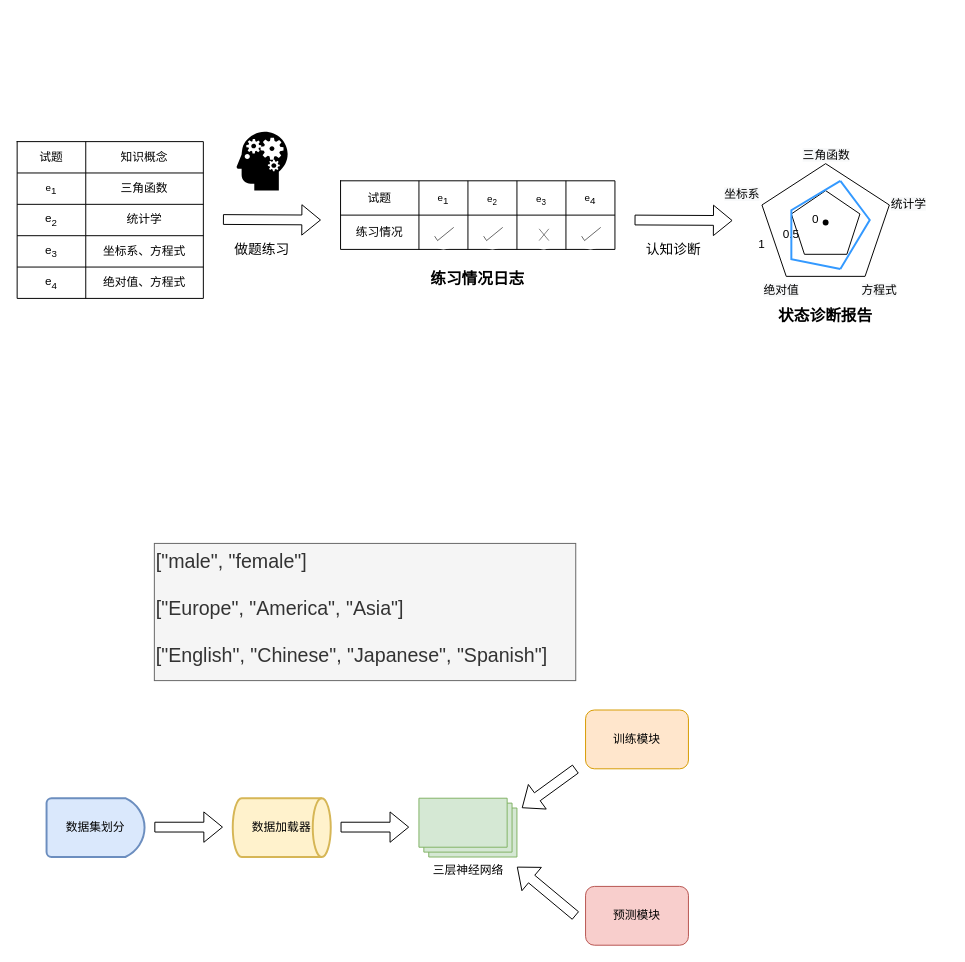
Before: Untitled Diagram.drawio in 19170323/19170323.github.io, a draw.io diagram. Source tidied: cells renumbered, new cells numbered last; positions are measured from the earlier drawing's top-left corner, leaving out a move shared by most shapes. Both pictures are drawn from the tidied source at 98%, with x=0, y=0 at pixel (17, 24).
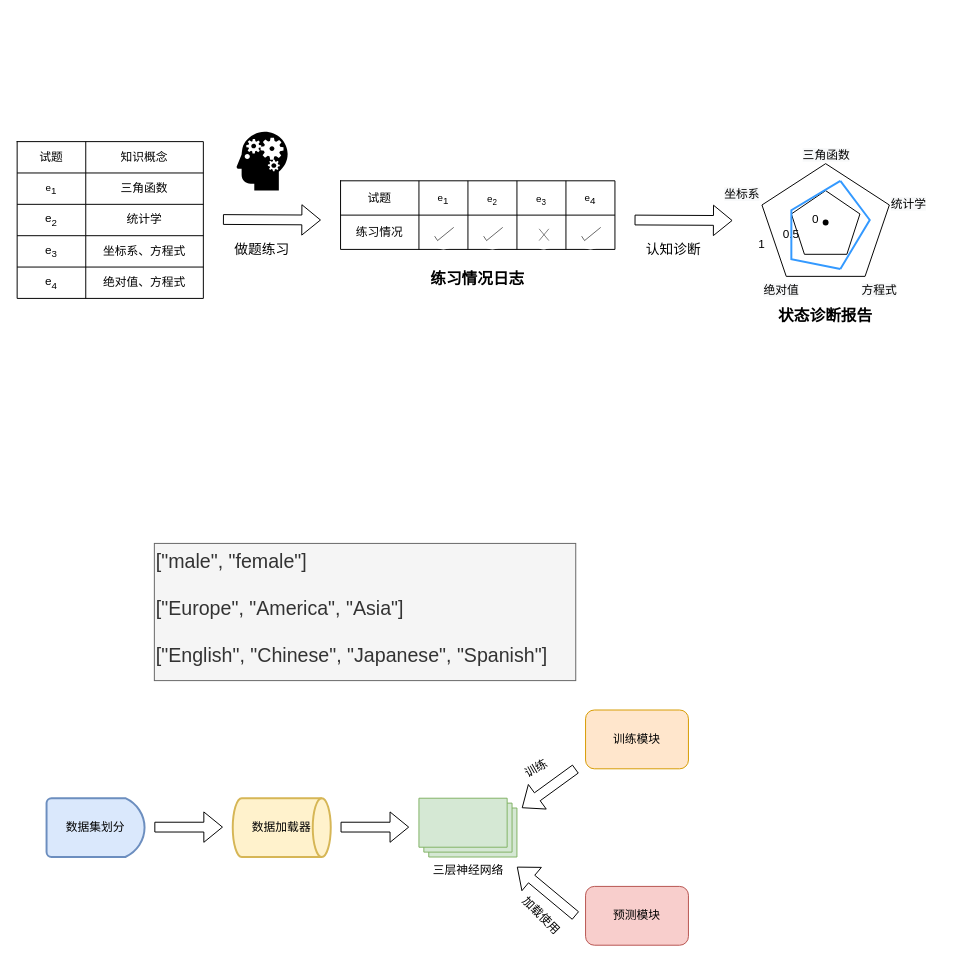
The same page after the edit.

What changed in the source:
```diff
@@
+    <mxCell id="66" value="训练" style="text;html=1;strokeColor=none;fillColor=none;align=center;verticalAlign=middle;whiteSpace=wrap;rounded=0;rotation=-30;" parent="1" vertex="1">
+      <mxGeometry x="510" y="750" width="40" height="20" as="geometry" />
+    </mxCell>
+    <mxCell id="67" value="加载使用" style="text;html=1;strokeColor=none;fillColor=none;align=center;verticalAlign=middle;whiteSpace=wrap;rounded=0;rotation=45;" parent="1" vertex="1">
+      <mxGeometry x="510" y="900" width="50" height="20" as="geometry" />
+    </mxCell>
```
